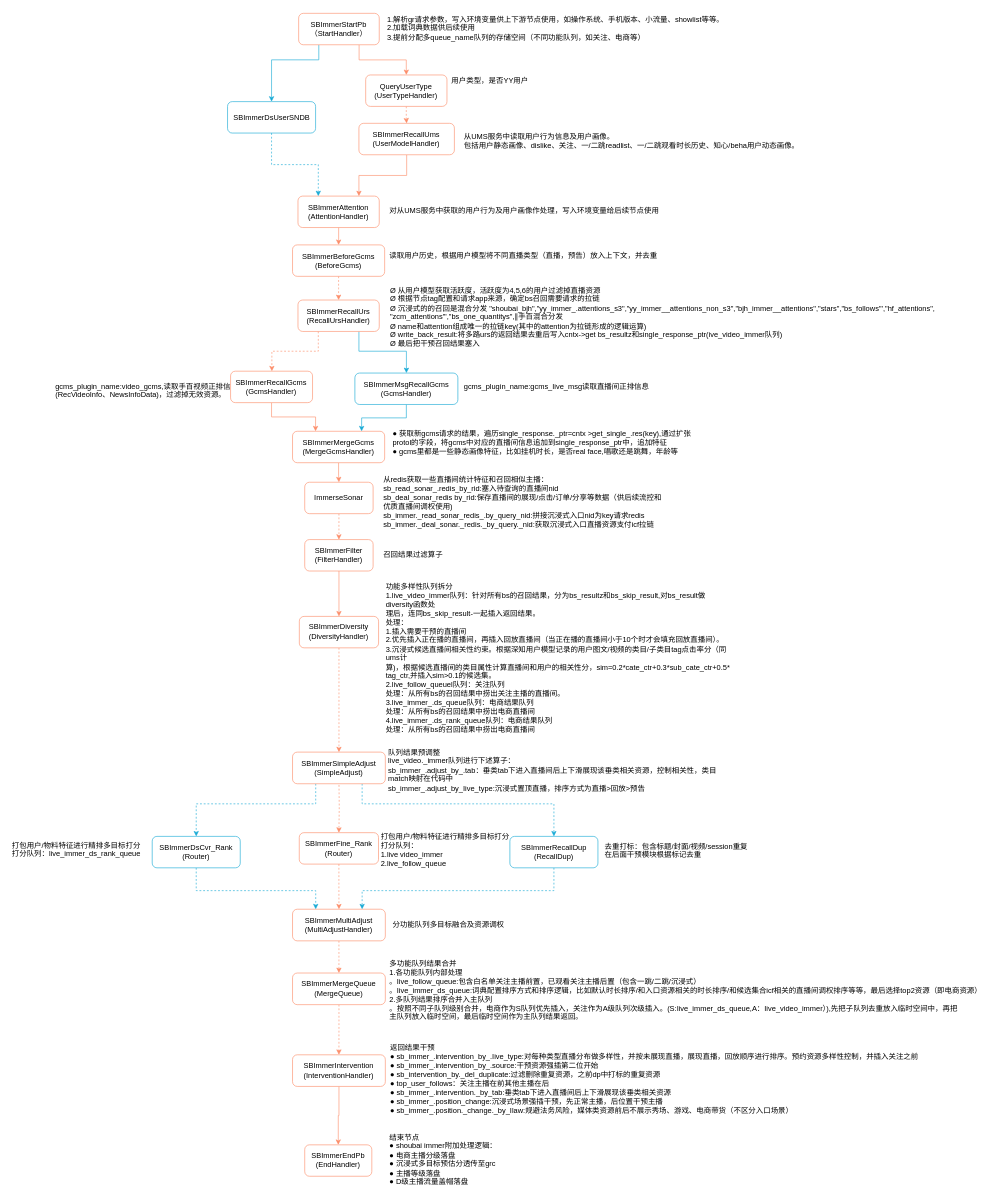
This is live_video_immer.flow.drawio from snorlaxse/draw.io, a draw.io file, before an edit. Source tidied: cells renumbered, new cells numbered last; positions are measured from the earlier drawing's top-left corner, leaving out a move shared by most shapes. Both pictures are drawn from the tidied source at 62%, with x=0, y=0 at pixel (11, 11).
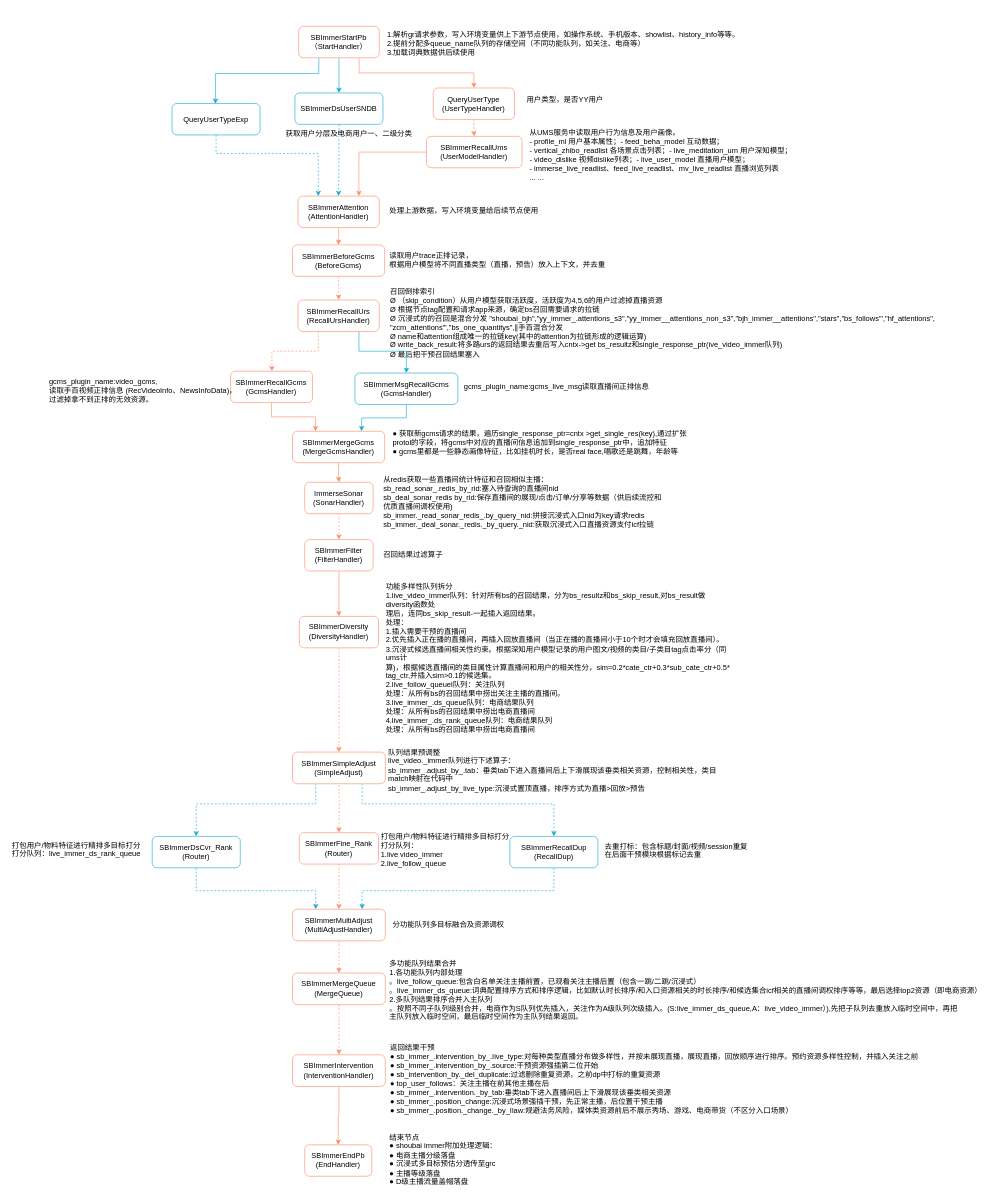
The same page after the edit.

Unchanged cells that the change refers to:
```xml
<mxCell id="16" value="SBImmerAttention&lt;div&gt;(AttentionHandler)&lt;br&gt;&lt;/div&gt;" style="rounded=1;whiteSpace=wrap;html=1;strokeColor=#FC8D6A;" parent="1" vertex="1">
  <mxGeometry x="463.1" y="298.8" width="131.1" height="50.7" as="geometry" />
</mxCell>
```

What changed in the source:
```diff
@@
-    <mxCell id="2" value="1.解析gr请求参数，写入环境变量供上下游节点使用，如操作系统、手机版本、小流量、showlist等等。&#10;2.加载词典数据供后续使用&#10;3.提前分配多queue_name队列的存储空间（不同功能队列，如关注、电商等）" style="text;whiteSpace=wrap;" parent="1" vertex="1">
-      <mxGeometry x="605" width="560" height="64" as="geometry" />
+    <mxCell id="2" value="1.解析gr请求参数，写入环境变量供上下游节点使用，如操作系统、手机版本、showlist、history_info等等。&#10;2.提前分配多queue_name队列的存储空间（不同功能队列，如关注、电商等）&#10;3.加载词典数据供后续使用" style="text;whiteSpace=wrap;verticalAlign=middle;" parent="1" vertex="1">
+      <mxGeometry x="605" y="21" width="675" height="64" as="geometry" />
     </mxCell>
     <mxCell id="3" value="用户类型，是否YY用户" style="text;whiteSpace=wrap;" parent="1" vertex="1">
-      <mxGeometry x="709" y="99" width="160" height="40" as="geometry" />
+      <mxGeometry x="830" y="129.7" width="160" height="40" as="geometry" />
     </mxCell>
-    <mxCell id="4" value="从UMS服务中读取用户行为信息及用户画像。&#10;包括用户静态画像、dislike、关注、一/二跳readlist、一/二跳观看时长历史、知心/beha用户动态画像。" style="text;whiteSpace=wrap;" parent="1" vertex="1">
-      <mxGeometry x="729" y="189" width="560" height="70" as="geometry" />
+    <mxCell id="4" value="从UMS服务中读取用户行为信息及用户画像。&#10;- profile_ml 用户基本属性；- feed_beha_model 互动数据；&#10;- vertical_zhibo_readlist 各场景点击列表；- live_meditation_um 用户深知模型；&#10;- video_dislike 视频dislike列表；- live_user_model 直播用户模型；&#10;- immerse_live_readlist、feed_live_readlist、mv_live_readlist 直播浏览列表&#10;... ..." style="text;whiteSpace=wrap;" parent="1" vertex="1">
+      <mxGeometry x="835" y="183.2" width="462" height="70" as="geometry" />
     </mxCell>
-    <mxCell id="5" value="对从UMS服务中获取的用户行为及用户画像作处理，写入环境变量给后续节点使用" style="text;whiteSpace=wrap;" parent="1" vertex="1">
+    <mxCell id="5" value="处理上游数据，写入环境变量给后续节点使用" style="text;whiteSpace=wrap;" parent="1" vertex="1">
       <mxGeometry x="609" y="309" width="470" height="40" as="geometry" />
     </mxCell>
-    <mxCell id="6" value="读取用户历史，根据用户模型将不同直播类型（直播，预告）放入上下文，并去重" style="text;whiteSpace=wrap;" parent="1" vertex="1">
+    <mxCell id="6" value="读取用户trace正排记录，&#10;根据用户模型将不同直播类型（直播，预告）放入上下文，并去重" style="text;whiteSpace=wrap;" parent="1" vertex="1">
       <mxGeometry x="609" y="381" width="450" height="40" as="geometry" />
     </mxCell>
-    <mxCell id="7" value="Ø 从用户模型获取活跃度，活跃度为4,5,6的用户过滤掉直播资源&#10;Ø 根据节点tag配置和请求app来源，确定bs召回需要请求的拉链&#10;Ø 沉浸式的的召回是混合分发 &quot;shoubai_bjh&quot;,&quot;yy_immer_.attentions_s3&quot;,&quot;yy_immer__attentions_non_s3&quot;,&quot;bjh_immer__attentions&quot;,&quot;stars&quot;,&quot;bs_follows'&quot;,&quot;hf_attentions&quot;,&#10;&quot;zcm_attentions'&quot;,&quot;bs_one_quantitys&quot;,∥手百混合分发&#10;Ø name和attention组成唯一的拉链key(其中的attention为拉链形成的逻辑运算)&#10;Ø write_back_result:将多路urs的返回结果去重后写入cntx-&gt;get bs_resultz和single_response_ptr(ive_video_immer队列)&#10;Ø 最后把干预召回结果塞入" style="text;whiteSpace=wrap;" parent="1" vertex="1">
-      <mxGeometry x="610" y="437" width="979" height="150" as="geometry" />
+    <mxCell id="7" value="召回倒排索引&#10;Ø （skip_condition）从用户模型获取活跃度，活跃度为4,5,6的用户过滤掉直播资源&#10;Ø 根据节点tag配置和请求app来源，确定bs召回需要请求的拉链&#10;Ø 沉浸式的的召回是混合分发 &quot;shoubai_bjh&quot;,&quot;yy_immer_.attentions_s3&quot;,&quot;yy_immer__attentions_non_s3&quot;,&quot;bjh_immer__attentions&quot;,&quot;stars&quot;,&quot;bs_follows'&quot;,&quot;hf_attentions&quot;,&#10;&quot;zcm_attentions'&quot;,&quot;bs_one_quantitys&quot;,∥手百混合分发&#10;Ø name和attention组成唯一的拉链key(其中的attention为拉链形成的逻辑运算)&#10;Ø write_back_result:将多路urs的返回结果去重后写入cntx-&gt;get bs_resultz和single_response_ptr(ive_video_immer队列)&#10;Ø 最后把干预召回结果塞入" style="text;whiteSpace=wrap;" parent="1" vertex="1">
+      <mxGeometry x="610" y="439" width="979" height="150" as="geometry" />
     </mxCell>
@@
+    <mxCell id="67" style="edgeStyle=orthogonalEdgeStyle;rounded=0;jettySize=auto;html=1;exitX=0.25;exitY=1;exitDx=0;exitDy=0;strokeColor=#17AAD5;" parent="1" edge="1" source="10">
+      <mxGeometry relative="1" as="geometry">
+        <mxPoint x="330" y="150" as="targetPoint" />
+        <Array as="points">
+          <mxPoint x="497" y="101" />
+          <mxPoint x="330" y="101" />
+          <mxPoint x="330" y="149" />
+        </Array>
+      </mxGeometry>
+    </mxCell>
-    <mxCell id="9" style="edgeStyle=orthogonalEdgeStyle;rounded=0;jettySize=auto;html=1;exitX=0.25;exitY=1;exitDx=0;exitDy=0;entryX=0.5;entryY=0;entryDx=0;entryDy=0;strokeColor=#17AAD5;endArrow=classic;endFill=1;" parent="1" edge="1" source="10" target="46">
-      <mxGeometry relative="1" as="geometry">
-        <Array as="points">
-          <mxPoint x="497" y="79" />
-          <mxPoint x="421" y="79" />
-        </Array>
-      </mxGeometry>
+    <mxCell id="9" style="edgeStyle=orthogonalEdgeStyle;rounded=0;jettySize=auto;html=1;strokeColor=#17AAD5;" parent="1" edge="1" source="10" target="46">
+      <mxGeometry relative="1" as="geometry" />
     </mxCell>
     <mxCell id="10" value="&lt;font style=&quot;font-size: 12px;&quot;&gt;SBImmerStartPb&lt;/font&gt;&lt;div style=&quot;&quot;&gt;&lt;font style=&quot;font-size: 12px;&quot;&gt;（StartHandler）&lt;/font&gt;&lt;br&gt;&lt;/div&gt;" style="rounded=1;whiteSpace=wrap;html=1;strokeColor=#FC8D6A;" parent="1" vertex="1">
-      <mxGeometry x="464.2" y="4" width="130" height="50.7" as="geometry" />
+      <mxGeometry x="464.2" y="25" width="130" height="50.7" as="geometry" />
     </mxCell>
@@
     <mxCell id="12" value="QueryUserType&lt;div&gt;(UserTypeHandler)&lt;br&gt;&lt;/div&gt;" style="rounded=1;whiteSpace=wrap;html=1;strokeColor=#FC8D6A;" parent="1" vertex="1">
-      <mxGeometry x="572.3" y="103.4" width="131.1" height="50.7" as="geometry" />
+      <mxGeometry x="681.3" y="124.4" width="131.1" height="50.7" as="geometry" />
     </mxCell>
@@
     <mxCell id="14" value="SBImmerRecallUms&lt;div&gt;(UserModelHandler)&lt;br&gt;&lt;/div&gt;" style="rounded=1;whiteSpace=wrap;html=1;strokeColor=#FC8D6A;" parent="1" vertex="1">
-      <mxGeometry x="561.4" y="181.4" width="154" height="50.7" as="geometry" />
+      <mxGeometry x="670.4" y="202.4" width="154" height="50.7" as="geometry" />
     </mxCell>
@@
-    <mxCell id="27" value="ImmerseSonar" style="rounded=1;whiteSpace=wrap;html=1;strokeColor=#FC8D6A;" parent="1" vertex="1">
+    <mxCell id="27" value="ImmerseSonar&lt;div&gt;(SonarHandler)&lt;/div&gt;" style="rounded=1;whiteSpace=wrap;html=1;strokeColor=#FC8D6A;" parent="1" vertex="1">
       <mxGeometry x="474" y="760.3" width="110.3" height="50.7" as="geometry" />
     </mxCell>
@@
-    <mxCell id="45" style="edgeStyle=orthogonalEdgeStyle;rounded=0;jettySize=auto;html=1;entryX=0.25;entryY=0;entryDx=0;entryDy=0;dashed=1;strokeColor=#17AAD5;" parent="1" edge="1" source="46" target="16">
+    <mxCell id="45" style="edgeStyle=orthogonalEdgeStyle;rounded=0;jettySize=auto;html=1;entryX=0.5;entryY=0;entryDx=0;entryDy=0;dashed=1;strokeColor=#17AAD5;" parent="1" edge="1" source="46" target="16">
       <mxGeometry relative="1" as="geometry" />
     </mxCell>
     <mxCell id="46" value="SBImmerDsUserSNDB" style="rounded=1;whiteSpace=wrap;html=1;strokeColor=#17AAD5;" parent="1" vertex="1">
-      <mxGeometry x="349.5" y="146.4" width="142" height="50.7" as="geometry" />
+      <mxGeometry x="458.2" y="132.4" width="142" height="50.7" as="geometry" />
     </mxCell>
@@
-    <mxCell id="54" value="gcms_plugin_name:video_gcms,读取手百视频正排信&#10;(RecVideoInfo、NewsInfoData)，过滤掉无效资源。" style="text;whiteSpace=wrap;" parent="1" vertex="1">
-      <mxGeometry x="70" y="592" width="319" height="50" as="geometry" />
+    <mxCell id="54" value="gcms_plugin_name:video_gcms,&#10;读取手百视频正排信息 (RecVideoInfo、NewsInfoData)，&#10;过滤掉拿不到正排的无效资源。&#10;" style="text;whiteSpace=wrap;" parent="1" vertex="1">
+      <mxGeometry x="60" y="585" width="319" height="50" as="geometry" />
     </mxCell>
-    <mxCell id="55" value="● 获取新gcms请求的结果，遍历single_response._ptr=cntx &gt;get_single_.res(key),通过扩张protol的字段，将gcms中对应的直播间信息追加到single_response_ptr中，追加特征&#10;● gcms里都是一些静态画像特征，比如挂机时长，是否real face,唱歌还是跳舞，年龄等" style="text;whiteSpace=wrap;" parent="1" vertex="1">
+    <mxCell id="55" value="● 获取新gcms请求的结果，遍历single_response_ptr=cntx &gt;get_single_res(key),通过扩张protol的字段，将gcms中对应的直播间信息追加到single_response_ptr中，追加特征&#10;● gcms里都是一些静态画像特征，比如挂机时长，是否real face,唱歌还是跳舞，年龄等" style="text;whiteSpace=wrap;" parent="1" vertex="1">
       <mxGeometry x="614" y="669" width="495" height="60" as="geometry" />
     </mxCell>
@@
+    <mxCell id="68" style="edgeStyle=orthogonalEdgeStyle;rounded=0;jettySize=auto;html=1;entryX=0.25;entryY=0;entryDx=0;entryDy=0;strokeColor=#17AAD5;dashed=1;" parent="1" edge="1" source="69" target="16">
+      <mxGeometry relative="1" as="geometry">
+        <Array as="points">
+          <mxPoint x="331" y="230" />
+          <mxPoint x="496" y="230" />
+        </Array>
+      </mxGeometry>
+    </mxCell>
+    <mxCell id="69" value="QueryUserTypeExp" style="rounded=1;whiteSpace=wrap;html=1;strokeColor=#17AAD5;" parent="1" vertex="1">
+      <mxGeometry x="260" y="149.4" width="142" height="50.7" as="geometry" />
+    </mxCell>
+    <mxCell id="70" value="&lt;div style=&quot;padding-left:0px&quot; class=&quot;mp-paragraph-wrapper&quot;&gt;获取用户分层及电商用户一、二级分类&lt;/div&gt;&lt;span class=&quot;mp-morpho-clipboard-doc-data&quot; data-morpho-doc-data=&quot;{&amp;quot;token&amp;quot;:&amp;quot;eyJhbGciOiJkaXIiLCJlbmMiOiJBMjU2R0NNIiwiYXBwSWQiOjEsInVpZCI6IjlDcDg0RE0wY3QiLCJkb2NJZCI6IjUzNTdmODQ1ZWIwZjRmIn0..pCHAVqKNl6A6FzGB.4LZeJNNsyfY-32JqOU4ROncP46VGgSdZKTIl4vjHuSVVTp13aCAMcsRqBmcMl11NA9PIhYyMEap1sNyuyVQPSBf3OS6b5mUCJUOoVcmleNhX4NoEdu-47aaP1DD8qN72Av_ruHi6Yksv0HpaVPMhnA-DxDfH-j-qqGou7mZcKCkmcx_sVsXQGSck9p826Wd89kI1APDDWsyadTtQYAsBp4rLoQ.nJl7Tq-rMvyrGDB84ryziw&amp;quot;}&quot;&gt;&lt;/span&gt;" style="text;html=1;align=center;verticalAlign=middle;strokeColor=none;fillColor=none;" parent="1" vertex="1">
+      <mxGeometry x="430" y="183.2" width="230" height="30" as="geometry" />
+    </mxCell>
```
